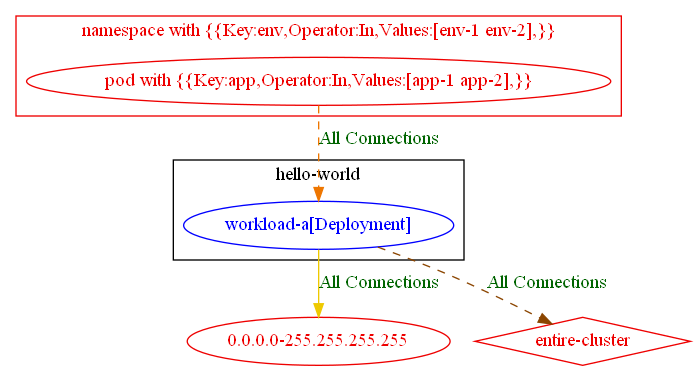
This is test_outputs/connlist/exposure_test_with_match_expression_in_op_exposure_output.dot.png from np-guard/netpol-analyzer, a Graphviz export, as it was before one commit. Its source is kept beside it as test_outputs/connlist/exposure_test_with_match_expression_in_op_exposure_output.dot. Source of this version:
```dot
digraph {
	subgraph "cluster_hello_world" {
		color="black"
		fontcolor="black"
		"hello-world/workload-a[Deployment]" [label="workload-a[Deployment]" color="blue" fontcolor="blue"]
		label="hello-world"
	}
	subgraph "cluster_namespace with {{Key:env,Operator:In,Values:[env_1 env_2],}}" {
		color="red2"
		fontcolor="red2"
		"pod with {{Key:app,Operator:In,Values:[app-1 app-2],}}_in_namespace with {{Key:env,Operator:In,Values:[env-1 env-2],}}" [label="pod with {{Key:app,Operator:In,Values:[app-1 app-2],}}" color="red2" fontcolor="red2"]
		label="namespace with {{Key:env,Operator:In,Values:[env-1 env-2],}}"
	}
	"0.0.0.0-255.255.255.255" [label="0.0.0.0-255.255.255.255" color="red2" fontcolor="red2"]
	"entire-cluster" [label="entire-cluster" color="red2" fontcolor="red2" shape=diamond]
	"hello-world/workload-a[Deployment]" -> "0.0.0.0-255.255.255.255" [label="All Connections" color="gold2" fontcolor="darkgreen" weight=1]
	"hello-world/workload-a[Deployment]" -> "entire-cluster" [label="All Connections" color="darkorange4" fontcolor="darkgreen" weight=0.5 style=dashed]
	"pod with {{Key:app,Operator:In,Values:[app-1 app-2],}}_in_namespace with {{Key:env,Operator:In,Values:[env-1 env-2],}}" -> "hello-world/workload-a[Deployment]" [label="All Connections" color="darkorange2" fontcolor="darkgreen" weight=1 style=dashed]
}
```
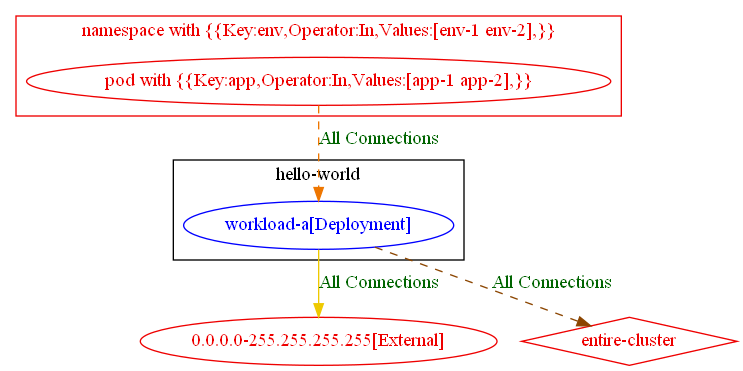
Above is the later version.

Change to the diagram source:
```diff
@@ -11,9 +11,9 @@
 		"pod with {{Key:app,Operator:In,Values:[app-1 app-2],}}_in_namespace with {{Key:env,Operator:In,Values:[env-1 env-2],}}" [label="pod with {{Key:app,Operator:In,Values:[app-1 app-2],}}" color="red2" fontcolor="red2"]
 		label="namespace with {{Key:env,Operator:In,Values:[env-1 env-2],}}"
 	}
-	"0.0.0.0-255.255.255.255" [label="0.0.0.0-255.255.255.255" color="red2" fontcolor="red2"]
+	"0.0.0.0-255.255.255.255[External]" [label="0.0.0.0-255.255.255.255[External]" color="red2" fontcolor="red2"]
 	"entire-cluster" [label="entire-cluster" color="red2" fontcolor="red2" shape=diamond]
-	"hello-world/workload-a[Deployment]" -> "0.0.0.0-255.255.255.255" [label="All Connections" color="gold2" fontcolor="darkgreen" weight=1]
+	"hello-world/workload-a[Deployment]" -> "0.0.0.0-255.255.255.255[External]" [label="All Connections" color="gold2" fontcolor="darkgreen" weight=1]
 	"hello-world/workload-a[Deployment]" -> "entire-cluster" [label="All Connections" color="darkorange4" fontcolor="darkgreen" weight=0.5 style=dashed]
 	"pod with {{Key:app,Operator:In,Values:[app-1 app-2],}}_in_namespace with {{Key:env,Operator:In,Values:[env-1 env-2],}}" -> "hello-world/workload-a[Deployment]" [label="All Connections" color="darkorange2" fontcolor="darkgreen" weight=1 style=dashed]
 }
```
